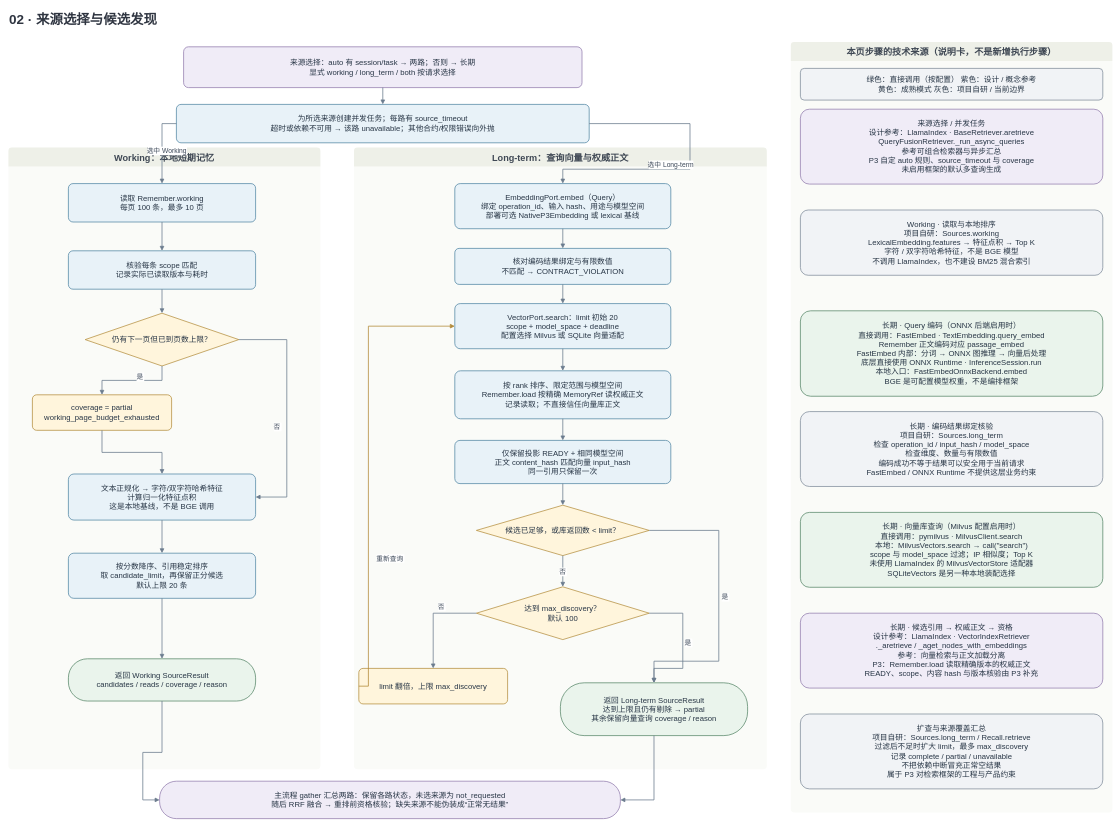
Before: page "历史 · 02 · 来源选择与候选发现" (2 of 4) of 交付成果/架构设计/Recall处理流程/Recall_当前处理流程.drawio in csdnk/Ather-AIAgent, a draw.io diagram. Source tidied: cells renumbered, new cells numbered last; positions are measured from the earlier drawing's top-left corner, leaving out a move shared by most shapes. Both pictures are drawn from the tidied source at 48%, with x=0, y=0 at pixel (8, 8).
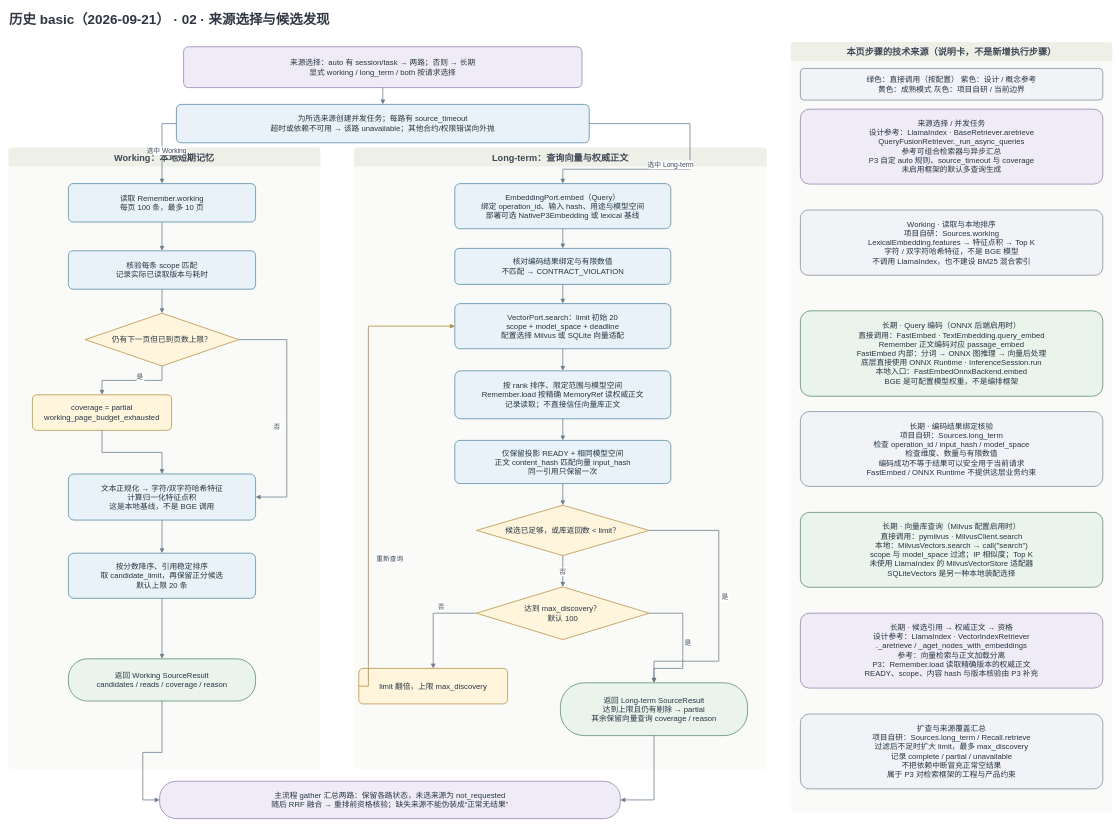
After the change.

Change to the diagram source:
```diff
@@
-    <mxCell id="2" value="02 · 来源选择与候选发现" style="text;html=0;fontFamily=Microsoft YaHei;fontSize=28;fontStyle=1;align=left;fontColor=#2F3541;strokeColor=none;fillColor=none;" parent="1" vertex="1">
+    <mxCell id="2" value="历史 basic（2026-09-21） · 02 · 来源选择与候选发现" style="text;html=0;fontFamily=Microsoft YaHei;fontSize=28;fontStyle=1;align=left;fontColor=#2F3541;strokeColor=none;fillColor=none;" parent="1" vertex="1">
       <mxGeometry width="2300" height="48" as="geometry" />
     </mxCell>
```
